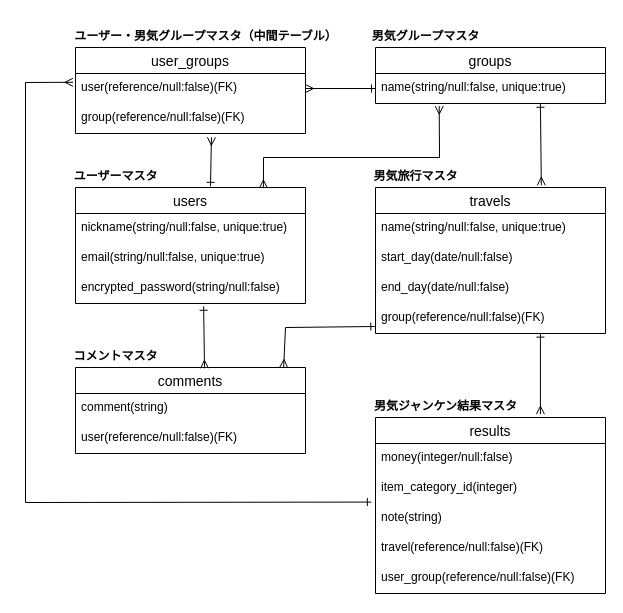
Before: ER.dio in Shira3yuriharu/otokogi-janken-app, a draw.io diagram. Source tidied: cells renumbered, new cells numbered last; positions are measured from the earlier drawing's top-left corner, leaving out a move shared by most shapes. Both pictures are drawn from the tidied source at 100%, with x=0, y=0 at pixel (25, 17).
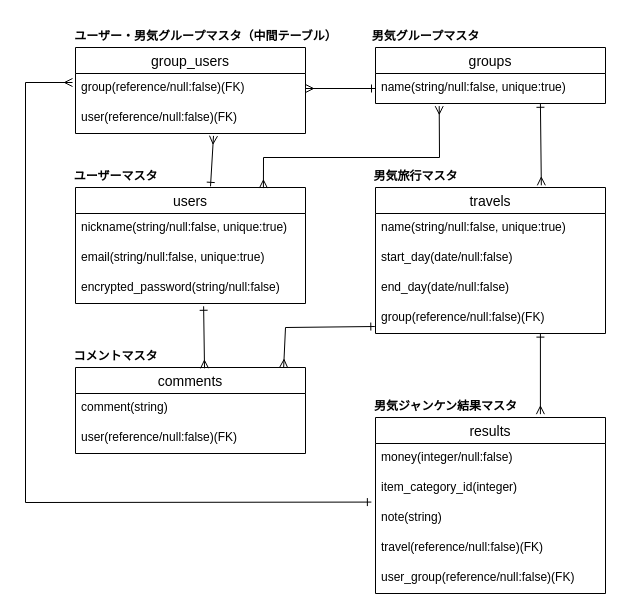
Above is the later version.

Commit message (it also covers changes not shown here):
group_usersテーブルの作成

The change refers to these unchanged cells:
```xml
<mxCell id="2" value="users" style="swimlane;fontStyle=0;horizontal=1;startSize=26;align=center;fontSize=14;" parent="1" vertex="1">
  <mxGeometry x="50" y="170" width="230" height="116" as="geometry" />
</mxCell>
<mxCell id="12" value="name(string/null:false, unique:true)" style="text;strokeColor=none;fillColor=none;spacingLeft=4;spacingRight=4;overflow=hidden;points=[[0,0.5],[1,0.5]];portConstraint=eastwest;fontSize=12;" parent="11" vertex="1">
  <mxGeometry y="26" width="230" height="30" as="geometry" />
</mxCell>
<mxCell id="25" value="item_category_id(integer)" style="text;strokeColor=none;fillColor=none;spacingLeft=4;spacingRight=4;overflow=hidden;points=[[0,0.5],[1,0.5]];portConstraint=eastwest;fontSize=12;" parent="23" vertex="1">
  <mxGeometry y="56" width="230" height="30" as="geometry" />
</mxCell>
```

What changed in the source:
```diff
@@
-    <mxCell id="7" value="user_groups" style="swimlane;fontStyle=0;horizontal=1;startSize=26;align=center;fontSize=14;" parent="1" vertex="1">
+    <mxCell id="7" value="group_users" style="swimlane;fontStyle=0;horizontal=1;startSize=26;align=center;fontSize=14;" parent="1" vertex="1">
       <mxGeometry x="50" y="30" width="230" height="86" as="geometry" />
     </mxCell>
+    <mxCell id="9" value="group(reference/null:false)(FK)" style="text;strokeColor=none;fillColor=none;spacingLeft=4;spacingRight=4;overflow=hidden;points=[[0,0.5],[1,0.5]];portConstraint=eastwest;fontSize=12;" parent="7" vertex="1">
+      <mxGeometry y="26" width="230" height="30" as="geometry" />
+    </mxCell>
     <mxCell id="8" value="user(reference/null:false)(FK)" style="text;strokeColor=none;fillColor=none;spacingLeft=4;spacingRight=4;overflow=hidden;points=[[0,0.5],[1,0.5]];portConstraint=eastwest;fontSize=12;" parent="7" vertex="1">
-      <mxGeometry y="26" width="230" height="30" as="geometry" />
+      <mxGeometry y="56" width="230" height="30" as="geometry" />
     </mxCell>
-    <mxCell id="9" value="group(reference/null:false)(FK)" style="text;strokeColor=none;fillColor=none;spacingLeft=4;spacingRight=4;overflow=hidden;points=[[0,0.5],[1,0.5]];portConstraint=eastwest;fontSize=12;" parent="7" vertex="1">
-      <mxGeometry y="56" width="230" height="30" as="geometry" />
-    </mxCell>
@@
-    <mxCell id="14" style="endArrow=ERmany;html=1;rounded=0;endFill=0;startArrow=ERone;startFill=0;exitX=0;exitY=0.5;exitDx=0;exitDy=0;entryX=1;entryY=0.5;entryDx=0;entryDy=0;" parent="1" edge="1" source="12" target="8">
+    <mxCell id="14" style="endArrow=ERmany;html=1;rounded=0;endFill=0;startArrow=ERone;startFill=0;exitX=0;exitY=0.5;exitDx=0;exitDy=0;entryX=1;entryY=0.5;entryDx=0;entryDy=0;" parent="1" edge="1" source="12" target="9">
       <mxGeometry relative="1" as="geometry" />
     </mxCell>
-    <mxCell id="15" style="endArrow=ERmany;html=1;rounded=0;endFill=0;startArrow=ERone;startFill=0;exitX=0.587;exitY=-0.01;exitDx=0;exitDy=0;exitPerimeter=0;entryX=0.591;entryY=1.127;entryDx=0;entryDy=0;entryPerimeter=0;" parent="1" edge="1" source="2" target="9">
+    <mxCell id="15" style="endArrow=ERmany;html=1;rounded=0;endFill=0;startArrow=ERone;startFill=0;exitX=0.587;exitY=-0.01;exitDx=0;exitDy=0;exitPerimeter=0;entryX=0.6;entryY=1.08;entryDx=0;entryDy=0;entryPerimeter=0;" parent="1" edge="1" source="2" target="8">
       <mxGeometry relative="1" as="geometry" />
     </mxCell>
@@
-    <mxCell id="30" style="endArrow=ERmany;html=1;rounded=0;endFill=0;startArrow=ERone;startFill=0;exitX=-0.018;exitY=0.953;exitDx=0;exitDy=0;exitPerimeter=0;entryX=-0.011;entryY=0.293;entryDx=0;entryDy=0;entryPerimeter=0;" parent="1" edge="1" source="25" target="8">
+    <mxCell id="30" style="endArrow=ERmany;html=1;rounded=0;endFill=0;startArrow=ERone;startFill=0;exitX=-0.018;exitY=0.953;exitDx=0;exitDy=0;exitPerimeter=0;" parent="1" edge="1" source="25">
       <mxGeometry relative="1" as="geometry">
+        <mxPoint x="47" y="65" as="targetPoint" />
         <Array as="points">
           <mxPoint y="485" />
           <mxPoint y="65" />
         </Array>
       </mxGeometry>
     </mxCell>
```
